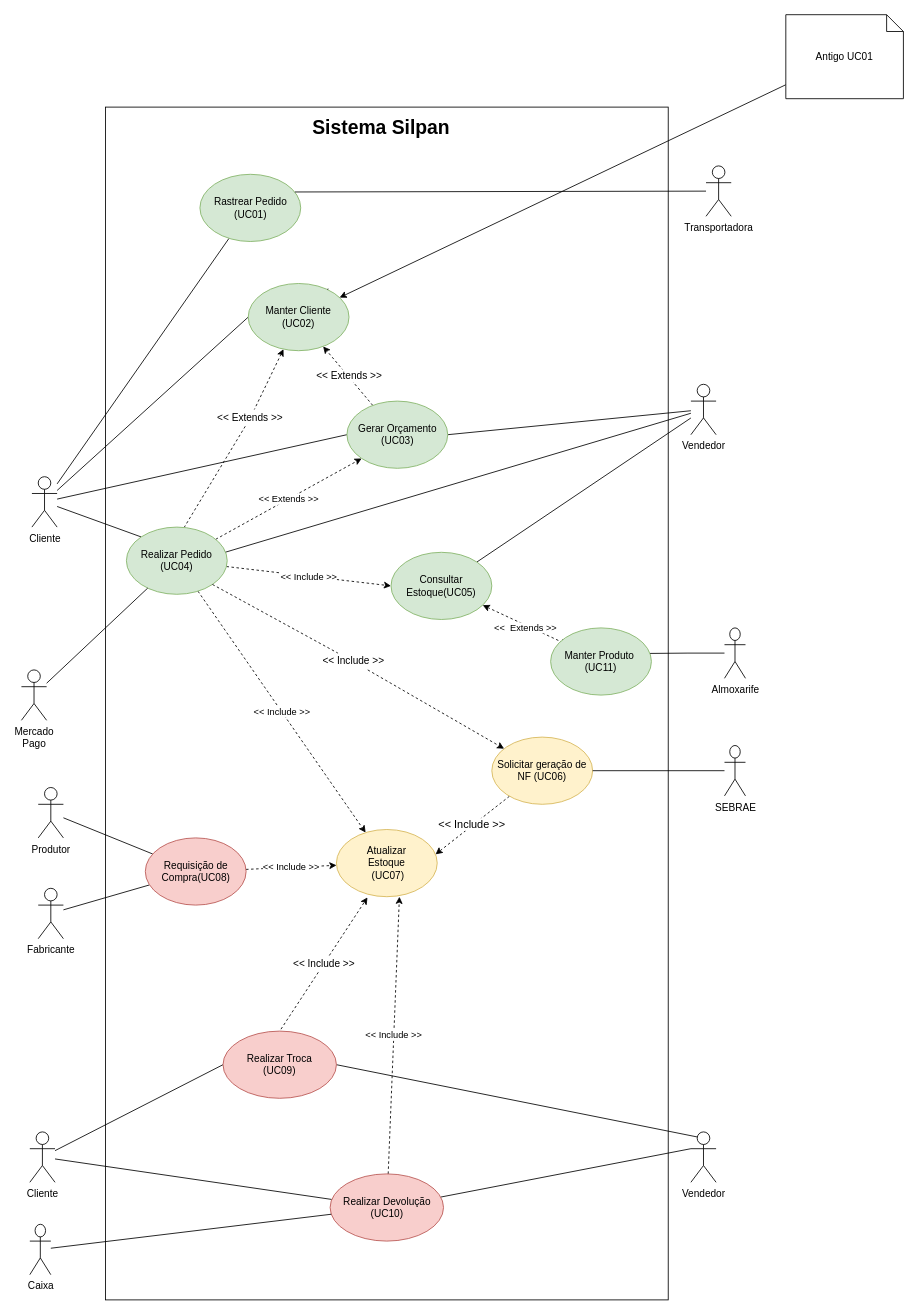
The draw.io diagram Diagrama de UC.drawio in Systematicos/Silpan-AMS, before the edit. Source tidied: cells renumbered, new cells numbered last; positions are measured from the earlier drawing's top-left corner, leaving out a move shared by most shapes. Both pictures are drawn from the tidied source at 84%, with x=0, y=0 at pixel (21, 14).
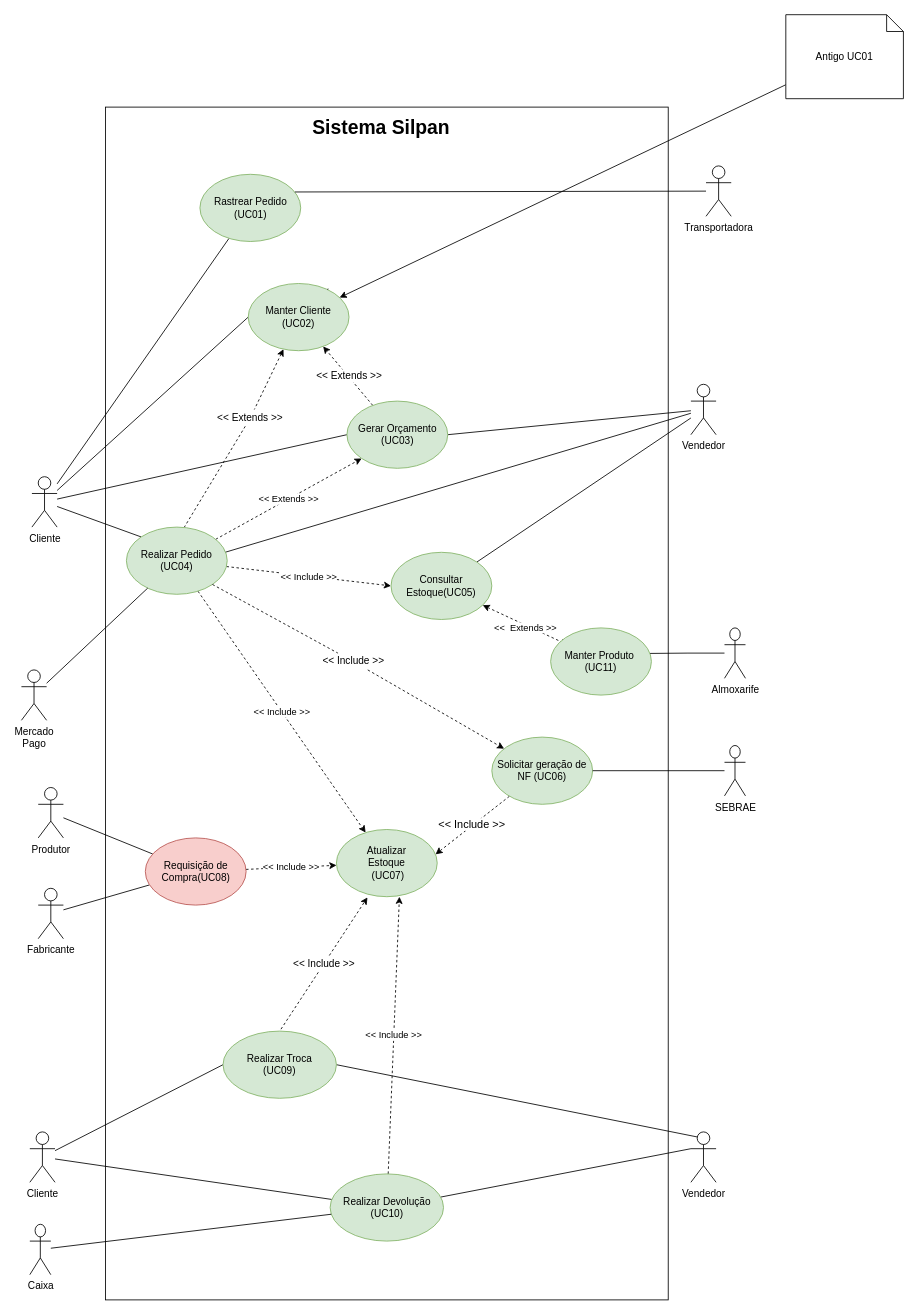
The same page after the edit.

Change to the diagram source:
```diff
@@
-    <mxCell id="20" value="Atualizar&lt;br&gt;Estoque&lt;br&gt;&amp;nbsp;(UC07)" style="ellipse;whiteSpace=wrap;html=1;fillColor=#fff2cc;strokeColor=#d6b656;" parent="1" vertex="1">
+    <mxCell id="20" value="Atualizar&lt;br&gt;Estoque&lt;br&gt;&amp;nbsp;(UC07)" style="ellipse;whiteSpace=wrap;html=1;fillColor=#d5e8d4;strokeColor=#82b366;" parent="1" vertex="1">
       <mxGeometry x="375" y="970" width="120" height="80" as="geometry" />
     </mxCell>
@@
-    <mxCell id="24" value="Solicitar geração de NF (UC06)" style="ellipse;whiteSpace=wrap;html=1;fillColor=#fff2cc;strokeColor=#d6b656;" parent="1" vertex="1">
+    <mxCell id="24" value="Solicitar geração de NF (UC06)" style="ellipse;whiteSpace=wrap;html=1;fillColor=#d5e8d4;strokeColor=#82b366;" parent="1" vertex="1">
       <mxGeometry x="560" y="860" width="120" height="80" as="geometry" />
     </mxCell>
@@
-    <mxCell id="35" value="Realizar Devolução&lt;br&gt;(UC10)" style="ellipse;whiteSpace=wrap;html=1;fillColor=#f8cecc;strokeColor=#b85450;" parent="1" vertex="1">
+    <mxCell id="35" value="Realizar Devolução&lt;br&gt;(UC10)" style="ellipse;whiteSpace=wrap;html=1;fillColor=#d5e8d4;strokeColor=#82b366;" parent="1" vertex="1">
       <mxGeometry x="367.5" y="1380" width="135" height="80" as="geometry" />
     </mxCell>
@@
-    <mxCell id="59" value="Realizar Troca&lt;br&gt;(UC09)" style="ellipse;whiteSpace=wrap;html=1;fillColor=#f8cecc;strokeColor=#b85450;" parent="1" vertex="1">
+    <mxCell id="59" value="Realizar Troca&lt;br&gt;(UC09)" style="ellipse;whiteSpace=wrap;html=1;fillColor=#d5e8d4;strokeColor=#82b366;" parent="1" vertex="1">
       <mxGeometry x="240" y="1210" width="135" height="80" as="geometry" />
     </mxCell>
```
